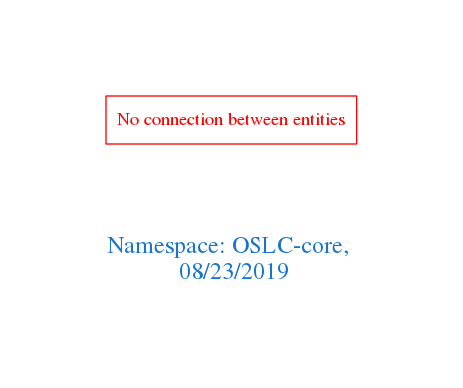
arago/OGIT keeps this Graphviz diagram as downloads/OSLC-core.png. Above is the earlier version. Its source is kept beside it as downloads/OSLC-core.dot.
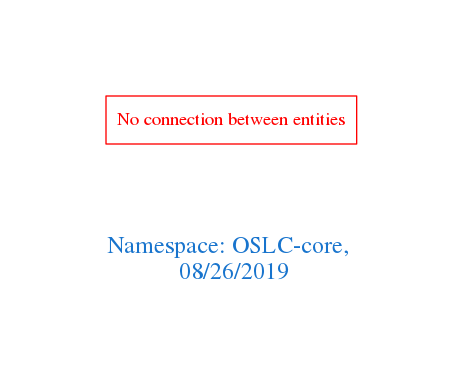
After the commit.

The edit, as a diff of the source:
```diff
@@ -1,7 +1,7 @@
 digraph OGIT_ontology {
  graph [ rankdir= LR,pad=1
 fontsize = 18,
-fontcolor= dodgerblue3,label = "\n\n\nNamespace: OSLC-core, \n 08/23/2019"];
+fontcolor= dodgerblue3,label = "\n\n\nNamespace: OSLC-core, \n 08/26/2019"];
 node[shape=polygon];
 edge [  color="gray81"];
 
```
